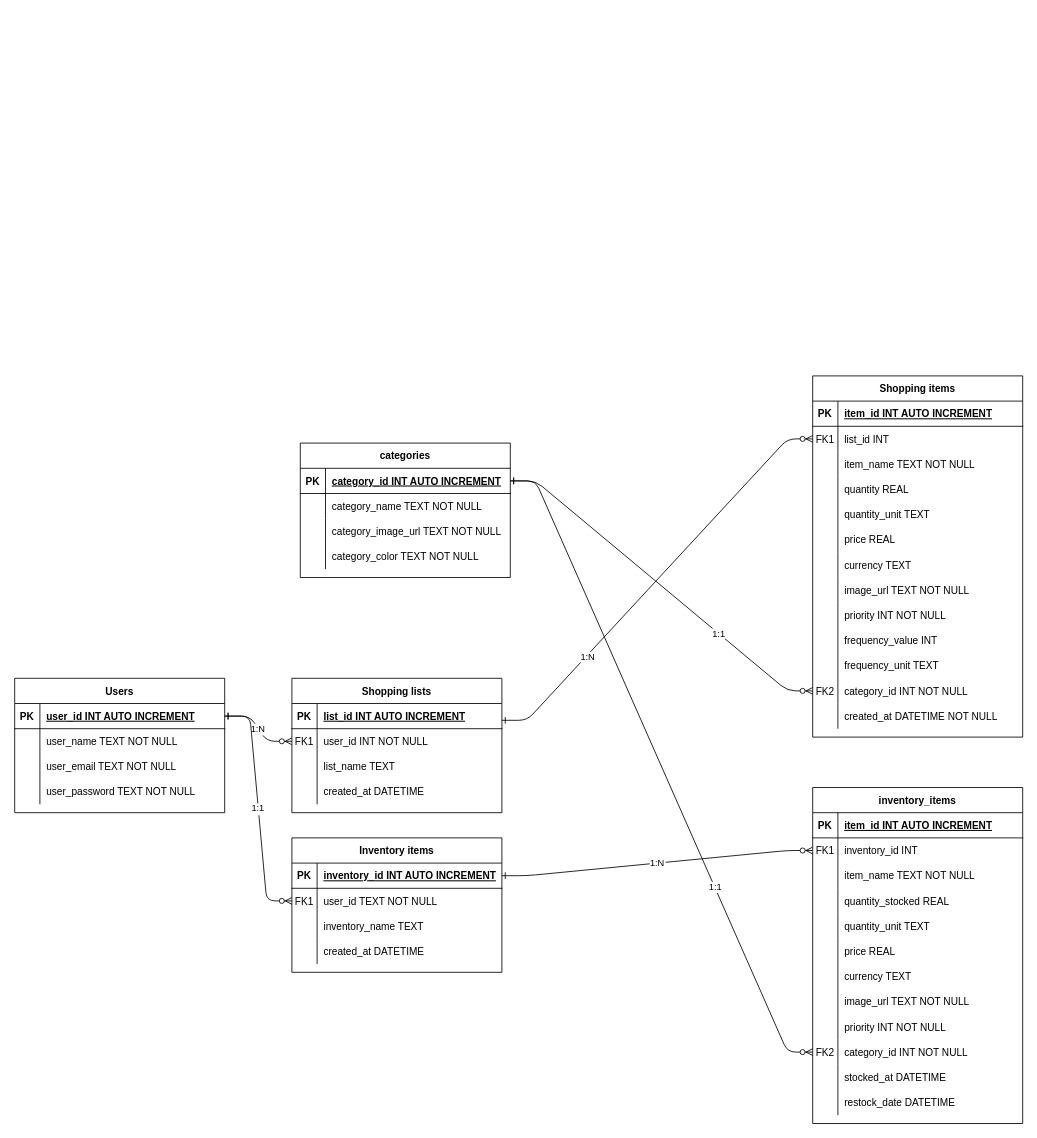
oduwairi/SmartShoppingList-NEU keeps this draw.io diagram as Database ERD.drawio. Above is the earlier version. Source tidied: cells renumbered, new cells numbered last; positions are measured from the earlier drawing's top-left corner, leaving out a move shared by most shapes. Both pictures are drawn from the tidied source at 84%, with x=0, y=0 at pixel (14, 375).
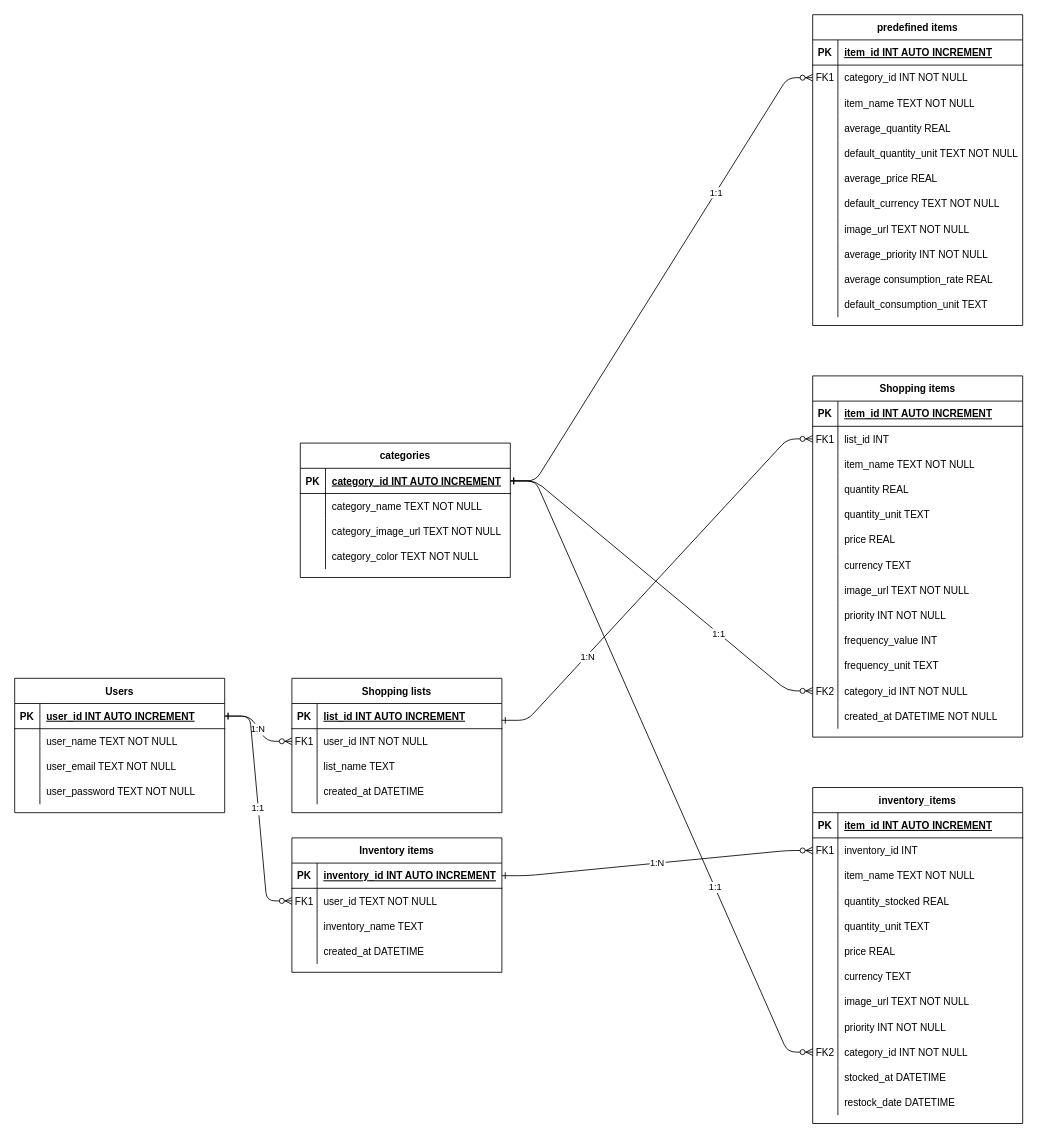
Above is the later version.

The change refers to these unchanged cells:
```xml
<mxCell id="124" style="shape=partialRectangle;fillColor=none;points=[[0,0.5],[1,0.5]];portConstraint=eastwest;top=0;left=0;right=0;bottom=1;" parent="123" vertex="1">
  <mxGeometry y="30" width="250" height="30" as="geometry" />
</mxCell>
```

Diff of the diagram source:
```diff
@@
+    <mxCell id="140" value="predefined items" style="shape=table;startSize=30;childLayout=tableLayout;rowLines=0;fontStyle=1;align=center;" parent="1" vertex="1">
+      <mxGeometry x="950" y="-430" width="250" height="370" as="geometry" />
+    </mxCell>
+    <mxCell id="141" style="shape=partialRectangle;fillColor=none;top=0;left=0;right=0;bottom=1;" parent="140" vertex="1">
+      <mxGeometry y="30" width="250" height="30" as="geometry" />
+    </mxCell>
+    <mxCell id="142" value="PK" style="shape=partialRectangle;overflow=hidden;fillColor=none;top=0;left=0;bottom=0;right=0;fontStyle=1;" parent="141" vertex="1">
+      <mxGeometry width="30" height="30" as="geometry" />
+    </mxCell>
+    <mxCell id="143" value="item_id INT AUTO INCREMENT" style="shape=partialRectangle;overflow=hidden;fillColor=none;top=0;left=0;bottom=0;right=0;align=left;spacingLeft=6;fontStyle=5;" parent="141" vertex="1">
+      <mxGeometry x="30" width="220" height="30" as="geometry" />
+    </mxCell>
+    <mxCell id="144" style="shape=partialRectangle;fillColor=none;points=[[0,0.5],[1,0.5]];portConstraint=eastwest;top=0;left=0;right=0;bottom=0;" parent="140" vertex="1">
+      <mxGeometry y="60" width="250" height="30" as="geometry" />
+    </mxCell>
+    <mxCell id="145" value="FK1" style="shape=partialRectangle;overflow=hidden;fillColor=none;top=0;left=0;bottom=0;right=0;" parent="144" vertex="1">
+      <mxGeometry width="30" height="30" as="geometry" />
+    </mxCell>
+    <mxCell id="146" value="category_id INT NOT NULL " style="shape=partialRectangle;overflow=hidden;fillColor=none;top=0;left=0;bottom=0;right=0;align=left;spacingLeft=6;" parent="144" vertex="1">
+      <mxGeometry x="30" width="220" height="30" as="geometry" />
+    </mxCell>
+    <mxCell id="147" style="shape=partialRectangle;fillColor=none;top=0;left=0;right=0;bottom=0;" parent="140" vertex="1">
+      <mxGeometry y="90" width="250" height="30" as="geometry" />
+    </mxCell>
+    <mxCell id="148" style="shape=partialRectangle;overflow=hidden;fillColor=none;top=0;left=0;bottom=0;right=0;" parent="147" vertex="1">
+      <mxGeometry width="30" height="30" as="geometry" />
+    </mxCell>
+    <mxCell id="149" value="item_name TEXT NOT NULL " style="shape=partialRectangle;overflow=hidden;fillColor=none;top=0;left=0;bottom=0;right=0;align=left;spacingLeft=6;" parent="147" vertex="1">
+      <mxGeometry x="30" width="220" height="30" as="geometry" />
+    </mxCell>
+    <mxCell id="150" style="shape=partialRectangle;fillColor=none;top=0;left=0;right=0;bottom=0;" parent="140" vertex="1">
+      <mxGeometry y="120" width="250" height="30" as="geometry" />
+    </mxCell>
+    <mxCell id="151" style="shape=partialRectangle;overflow=hidden;fillColor=none;top=0;left=0;bottom=0;right=0;" parent="150" vertex="1">
+      <mxGeometry width="30" height="30" as="geometry" />
+    </mxCell>
+    <mxCell id="152" value="average_quantity REAL" style="shape=partialRectangle;overflow=hidden;fillColor=none;top=0;left=0;bottom=0;right=0;align=left;spacingLeft=6;" parent="150" vertex="1">
+      <mxGeometry x="30" width="220" height="30" as="geometry" />
+    </mxCell>
+    <mxCell id="153" style="shape=partialRectangle;fillColor=none;top=0;left=0;right=0;bottom=0;" parent="140" vertex="1">
+      <mxGeometry y="150" width="250" height="30" as="geometry" />
+    </mxCell>
+    <mxCell id="154" style="shape=partialRectangle;overflow=hidden;fillColor=none;top=0;left=0;bottom=0;right=0;" parent="153" vertex="1">
+      <mxGeometry width="30" height="30" as="geometry" />
+    </mxCell>
+    <mxCell id="155" value="default_quantity_unit TEXT NOT NULL" style="shape=partialRectangle;overflow=hidden;fillColor=none;top=0;left=0;bottom=0;right=0;align=left;spacingLeft=6;" parent="153" vertex="1">
+      <mxGeometry x="30" width="220" height="30" as="geometry" />
+    </mxCell>
+    <mxCell id="156" style="shape=partialRectangle;fillColor=none;top=0;left=0;right=0;bottom=0;" parent="140" vertex="1">
+      <mxGeometry y="180" width="250" height="30" as="geometry" />
+    </mxCell>
+    <mxCell id="157" style="shape=partialRectangle;overflow=hidden;fillColor=none;top=0;left=0;bottom=0;right=0;" parent="156" vertex="1">
+      <mxGeometry width="30" height="30" as="geometry" />
+    </mxCell>
+    <mxCell id="158" value="average_price REAL " style="shape=partialRectangle;overflow=hidden;fillColor=none;top=0;left=0;bottom=0;right=0;align=left;spacingLeft=6;" parent="156" vertex="1">
+      <mxGeometry x="30" width="220" height="30" as="geometry" />
+    </mxCell>
+    <mxCell id="159" style="shape=partialRectangle;fillColor=none;top=0;left=0;right=0;bottom=0;" parent="140" vertex="1">
+      <mxGeometry y="210" width="250" height="30" as="geometry" />
+    </mxCell>
+    <mxCell id="160" style="shape=partialRectangle;overflow=hidden;fillColor=none;top=0;left=0;bottom=0;right=0;" parent="159" vertex="1">
+      <mxGeometry width="30" height="30" as="geometry" />
+    </mxCell>
+    <mxCell id="161" value="default_currency TEXT NOT NULL " style="shape=partialRectangle;overflow=hidden;fillColor=none;top=0;left=0;bottom=0;right=0;align=left;spacingLeft=6;" parent="159" vertex="1">
+      <mxGeometry x="30" width="220" height="30" as="geometry" />
+    </mxCell>
+    <mxCell id="162" style="shape=partialRectangle;fillColor=none;top=0;left=0;right=0;bottom=0;" parent="140" vertex="1">
+      <mxGeometry y="240" width="250" height="30" as="geometry" />
+    </mxCell>
+    <mxCell id="163" style="shape=partialRectangle;overflow=hidden;fillColor=none;top=0;left=0;bottom=0;right=0;" parent="162" vertex="1">
+      <mxGeometry width="30" height="30" as="geometry" />
+    </mxCell>
+    <mxCell id="164" value="image_url TEXT NOT NULL" style="shape=partialRectangle;overflow=hidden;fillColor=none;top=0;left=0;bottom=0;right=0;align=left;spacingLeft=6;" parent="162" vertex="1">
+      <mxGeometry x="30" width="220" height="30" as="geometry" />
+    </mxCell>
+    <mxCell id="165" style="shape=partialRectangle;fillColor=none;top=0;left=0;right=0;bottom=0;" parent="140" vertex="1">
+      <mxGeometry y="270" width="250" height="30" as="geometry" />
+    </mxCell>
+    <mxCell id="166" style="shape=partialRectangle;overflow=hidden;fillColor=none;top=0;left=0;bottom=0;right=0;" parent="165" vertex="1">
+      <mxGeometry width="30" height="30" as="geometry" />
+    </mxCell>
+    <mxCell id="167" value="average_priority INT NOT NULL " style="shape=partialRectangle;overflow=hidden;fillColor=none;top=0;left=0;bottom=0;right=0;align=left;spacingLeft=6;" parent="165" vertex="1">
+      <mxGeometry x="30" width="220" height="30" as="geometry" />
+    </mxCell>
+    <mxCell id="168" style="shape=partialRectangle;fillColor=none;top=0;left=0;right=0;bottom=0;" parent="140" vertex="1">
+      <mxGeometry y="300" width="250" height="30" as="geometry" />
+    </mxCell>
+    <mxCell id="169" style="shape=partialRectangle;overflow=hidden;fillColor=none;top=0;left=0;bottom=0;right=0;" parent="168" vertex="1">
+      <mxGeometry width="30" height="30" as="geometry" />
+    </mxCell>
+    <mxCell id="170" value="average consumption_rate REAL " style="shape=partialRectangle;overflow=hidden;fillColor=none;top=0;left=0;bottom=0;right=0;align=left;spacingLeft=6;" parent="168" vertex="1">
+      <mxGeometry x="30" width="220" height="30" as="geometry" />
+    </mxCell>
+    <mxCell id="171" style="shape=partialRectangle;fillColor=none;top=0;left=0;right=0;bottom=0;" parent="140" vertex="1">
+      <mxGeometry y="330" width="250" height="30" as="geometry" />
+    </mxCell>
+    <mxCell id="172" style="shape=partialRectangle;overflow=hidden;fillColor=none;top=0;left=0;bottom=0;right=0;" parent="171" vertex="1">
+      <mxGeometry width="30" height="30" as="geometry" />
+    </mxCell>
+    <mxCell id="173" value="default_consumption_unit TEXT " style="shape=partialRectangle;overflow=hidden;fillColor=none;top=0;left=0;bottom=0;right=0;align=left;spacingLeft=6;" parent="171" vertex="1">
+      <mxGeometry x="30" width="220" height="30" as="geometry" />
+    </mxCell>
+    <mxCell id="174" style="edgeStyle=entityRelationEdgeStyle;endArrow=ERzeroToMany;startArrow=ERone;endFill=1;startFill=0;exitX=1;exitY=0.5;exitDx=0;exitDy=0;entryX=0;entryY=0.5;entryDx=0;entryDy=0;" parent="1" edge="1" source="124" target="144">
+      <mxGeometry relative="1" as="geometry">
+        <Array as="points">
+          <mxPoint x="650" y="605" />
+          <mxPoint x="670" y="455" />
+          <mxPoint x="900" y="-50" />
+        </Array>
+      </mxGeometry>
+    </mxCell>
+    <mxCell id="175" value="1:1" style="edgeLabel;html=1;align=center;verticalAlign=middle;" parent="174" vertex="1">
+      <mxGeometry x="0.39" relative="1" as="geometry" />
+    </mxCell>
```
